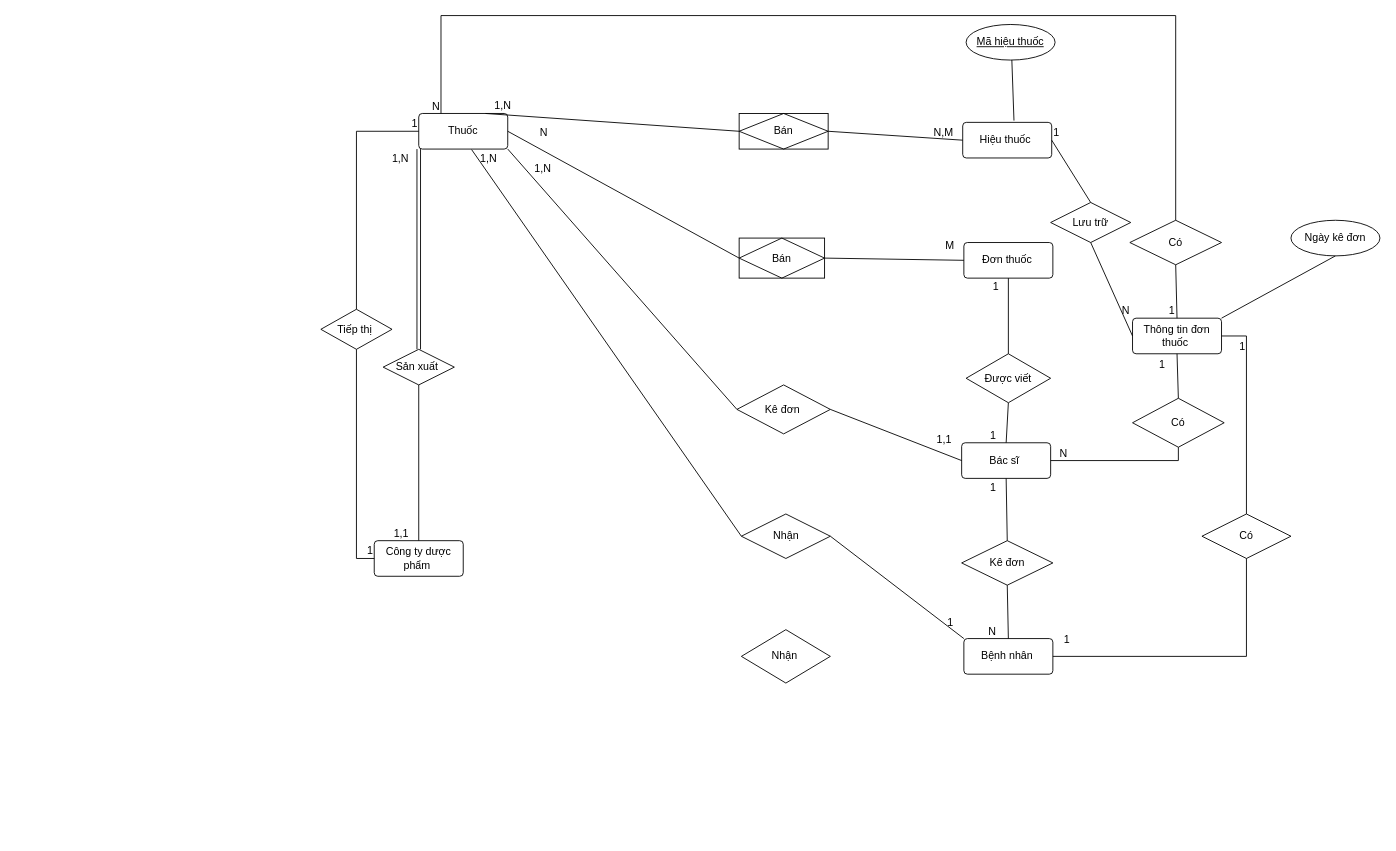
Earlier version of the draw.io diagram Biểu đồ không có tiêu đề.drawio (Hathe22/CSDL). Source tidied: cells renumbered, new cells numbered last; positions are measured from the earlier drawing's top-left corner, leaving out a move shared by most shapes. Both pictures are drawn from the tidied source at 89%, with x=0, y=0 at pixel (320, 15).
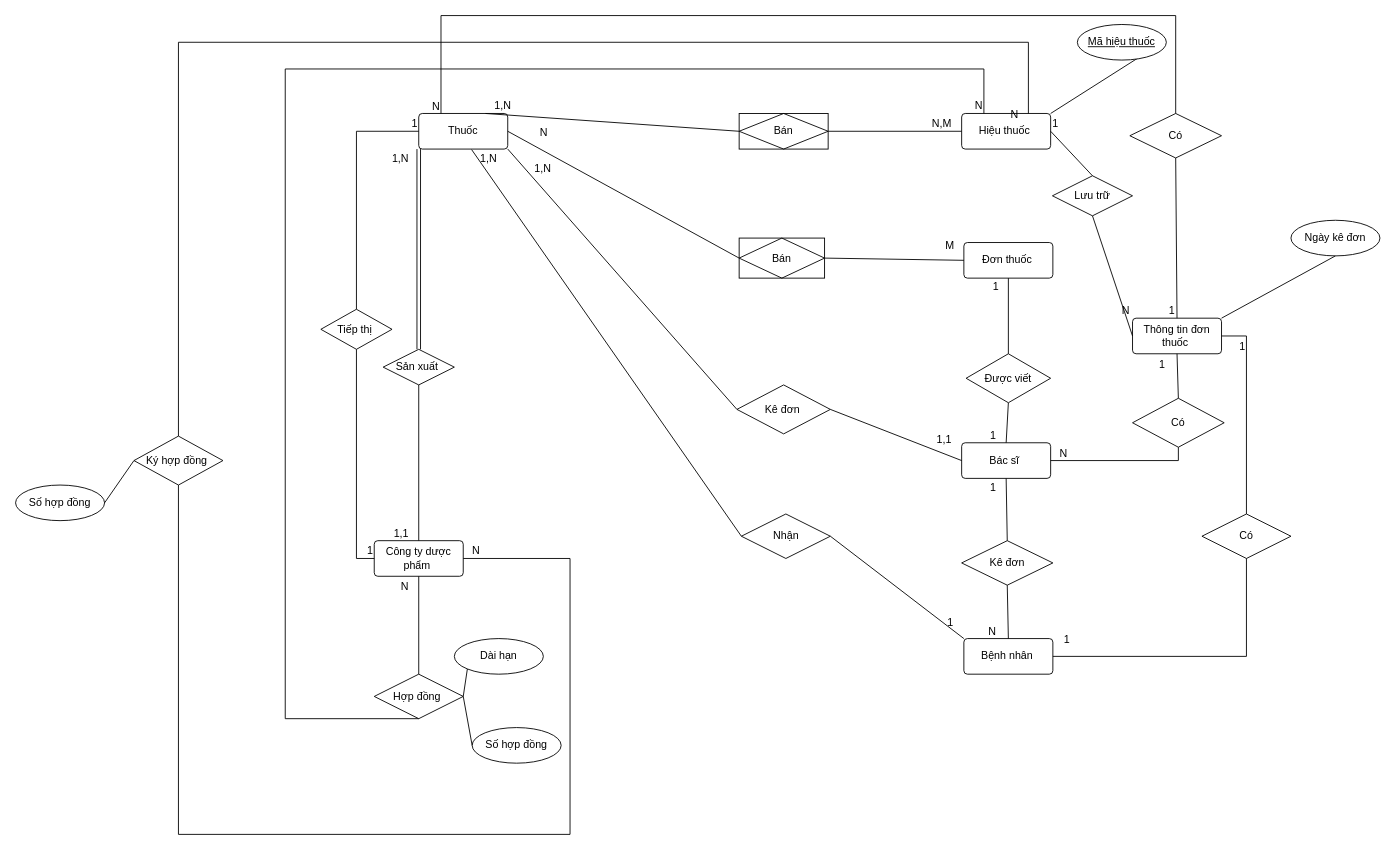
The same page after the edit.

The change refers to these unchanged cells:
```xml
<mxCell id="3" value="Công ty dược phẩm&amp;nbsp;" style="rounded=1;arcSize=10;whiteSpace=wrap;html=1;align=center;" parent="1" vertex="1">
  <mxGeometry x="60" y="590" width="100" height="40" as="geometry" />
</mxCell>
```

The edit, as a diff of the source:
```diff
@@
     <mxCell id="4" value="Hiệu thuốc&amp;nbsp;" style="rounded=1;arcSize=10;whiteSpace=wrap;html=1;align=center;" parent="1" vertex="1">
-      <mxGeometry x="721.2" y="120" width="100" height="40" as="geometry" />
+      <mxGeometry x="720" y="110" width="100" height="40" as="geometry" />
     </mxCell>
-    <mxCell id="5" style="endArrow=none;html=1;rounded=0;exitX=0.5;exitY=0;exitDx=0;exitDy=0;entryX=0.576;entryY=-0.05;entryDx=0;entryDy=0;entryPerimeter=0;" parent="1" edge="1" source="6" target="4">
+    <mxCell id="5" style="endArrow=none;html=1;rounded=0;exitX=0.692;exitY=0.925;exitDx=0;exitDy=0;entryX=1;entryY=0;entryDx=0;entryDy=0;exitPerimeter=0;" parent="1" edge="1" source="6" target="4">
       <mxGeometry relative="1" as="geometry" />
     </mxCell>
     <mxCell id="6" value="Mã hiệu thuốc" style="ellipse;whiteSpace=wrap;html=1;align=center;fontStyle=4;" parent="1" vertex="1">
-      <mxGeometry x="725" y="10" width="100" height="40" as="geometry" />
+      <mxGeometry x="850" y="10" width="100" height="40" as="geometry" />
     </mxCell>
@@
     <mxCell id="30" value="Có" style="shape=rhombus;perimeter=rhombusPerimeter;whiteSpace=wrap;html=1;align=center;" parent="1" vertex="1">
-      <mxGeometry x="909" y="230" width="103" height="50" as="geometry" />
+      <mxGeometry x="909" y="110" width="103" height="50" as="geometry" />
     </mxCell>
@@
     <mxCell id="49" value="Lưu trữ" style="shape=rhombus;perimeter=rhombusPerimeter;whiteSpace=wrap;html=1;align=center;" parent="1" vertex="1">
-      <mxGeometry x="820" y="210" width="90" height="45" as="geometry" />
+      <mxGeometry x="822" y="180" width="90" height="45" as="geometry" />
     </mxCell>
@@
-    <mxCell id="59" value="Nhận&amp;nbsp;" style="shape=rhombus;perimeter=rhombusPerimeter;whiteSpace=wrap;html=1;align=center;" parent="1" vertex="1">
-      <mxGeometry x="472.5" y="690" width="100" height="60" as="geometry" />
-    </mxCell>
@@
+    <mxCell id="77" value="Hợp đồng&amp;nbsp;" style="shape=rhombus;perimeter=rhombusPerimeter;whiteSpace=wrap;html=1;align=center;" parent="1" vertex="1">
+      <mxGeometry x="60" y="740" width="100" height="50" as="geometry" />
+    </mxCell>
+    <mxCell id="78" style="endArrow=none;html=1;rounded=0;entryX=0.5;entryY=1;entryDx=0;entryDy=0;exitX=0.5;exitY=0;exitDx=0;exitDy=0;" parent="1" edge="1" source="77" target="3">
+      <mxGeometry relative="1" as="geometry" />
+    </mxCell>
+    <mxCell id="79" value="N" style="html=1;whiteSpace=wrap;align=right;verticalAlign=bottom;" parent="78" vertex="1">
+      <mxGeometry x="1" relative="1" as="geometry">
+        <mxPoint x="-10" y="20" as="offset" />
+      </mxGeometry>
+    </mxCell>
+    <mxCell id="80" style="endArrow=none;html=1;rounded=0;entryX=0.25;entryY=0;entryDx=0;entryDy=0;exitX=0.5;exitY=1;exitDx=0;exitDy=0;" parent="1" edge="1" source="77" target="4">
+      <mxGeometry relative="1" as="geometry">
+        <Array as="points">
+          <mxPoint x="-40" y="790" />
+          <mxPoint x="-40" y="60" />
+          <mxPoint x="745" y="60" />
+        </Array>
+      </mxGeometry>
+    </mxCell>
+    <mxCell id="81" value="N" style="html=1;whiteSpace=wrap;align=right;verticalAlign=bottom;" parent="80" vertex="1">
+      <mxGeometry x="1" relative="1" as="geometry" />
+    </mxCell>
+    <mxCell id="82" value="Dài hạn" style="ellipse;whiteSpace=wrap;html=1;align=center;" parent="1" vertex="1">
+      <mxGeometry x="150" y="700" width="100" height="40" as="geometry" />
+    </mxCell>
+    <mxCell id="83" style="endArrow=none;html=1;rounded=0;entryX=0;entryY=1;entryDx=0;entryDy=0;exitX=1;exitY=0.5;exitDx=0;exitDy=0;" parent="1" edge="1" source="77" target="82">
+      <mxGeometry relative="1" as="geometry" />
+    </mxCell>
+    <mxCell id="84" value="Ký hợp đồng&amp;nbsp;" style="shape=rhombus;perimeter=rhombusPerimeter;whiteSpace=wrap;html=1;align=center;" parent="1" vertex="1">
+      <mxGeometry x="-210" y="472.5" width="100" height="55" as="geometry" />
+    </mxCell>
+    <mxCell id="85" style="endArrow=none;html=1;rounded=0;exitX=0.5;exitY=0;exitDx=0;exitDy=0;entryX=0.75;entryY=0;entryDx=0;entryDy=0;edgeStyle=orthogonalEdgeStyle;" parent="1" edge="1" source="84" target="4">
+      <mxGeometry relative="1" as="geometry">
+        <Array as="points">
+          <mxPoint x="-160" y="30" />
+          <mxPoint x="795" y="30" />
+        </Array>
+      </mxGeometry>
+    </mxCell>
+    <mxCell id="86" value="N" style="html=1;whiteSpace=wrap;align=right;verticalAlign=bottom;" parent="85" vertex="1">
+      <mxGeometry x="1" relative="1" as="geometry">
+        <mxPoint x="-10" y="9" as="offset" />
+      </mxGeometry>
+    </mxCell>
+    <mxCell id="87" style="endArrow=none;html=1;rounded=0;entryX=1;entryY=0.5;entryDx=0;entryDy=0;exitX=0.5;exitY=1;exitDx=0;exitDy=0;edgeStyle=orthogonalEdgeStyle;" parent="1" edge="1" source="84" target="3">
+      <mxGeometry relative="1" as="geometry">
+        <Array as="points">
+          <mxPoint x="-160" y="920" />
+          <mxPoint x="280" y="920" />
+          <mxPoint x="280" y="610" />
+        </Array>
+      </mxGeometry>
+    </mxCell>
+    <mxCell id="88" value="N" style="html=1;whiteSpace=wrap;align=right;verticalAlign=bottom;" parent="87" vertex="1">
+      <mxGeometry x="1" relative="1" as="geometry">
+        <mxPoint x="20" as="offset" />
+      </mxGeometry>
+    </mxCell>
+    <mxCell id="89" value="Số hợp đồng" style="ellipse;whiteSpace=wrap;html=1;align=center;" parent="1" vertex="1">
+      <mxGeometry x="170" y="800" width="100" height="40" as="geometry" />
+    </mxCell>
+    <mxCell id="90" style="endArrow=none;html=1;rounded=0;exitX=1;exitY=0.5;exitDx=0;exitDy=0;entryX=0;entryY=0.5;entryDx=0;entryDy=0;" parent="1" edge="1" source="77" target="89">
+      <mxGeometry relative="1" as="geometry" />
+    </mxCell>
+    <mxCell id="91" value="Số hợp đồng" style="ellipse;whiteSpace=wrap;html=1;align=center;" parent="1" vertex="1">
+      <mxGeometry x="-343" y="527.5" width="100" height="40" as="geometry" />
+    </mxCell>
+    <mxCell id="92" style="endArrow=none;html=1;rounded=0;exitX=0;exitY=0.5;exitDx=0;exitDy=0;entryX=1;entryY=0.5;entryDx=0;entryDy=0;" parent="1" edge="1" source="84" target="91">
+      <mxGeometry relative="1" as="geometry" />
+    </mxCell>
```
